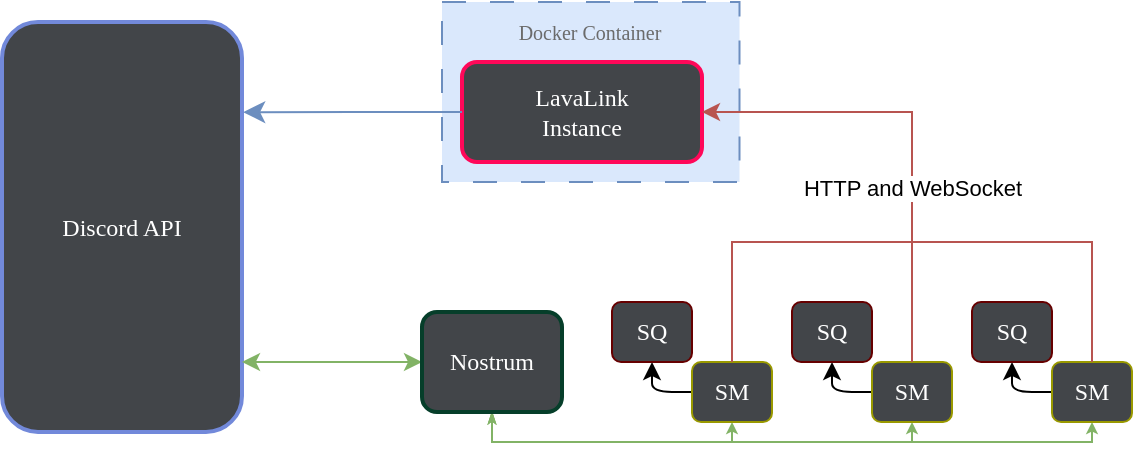
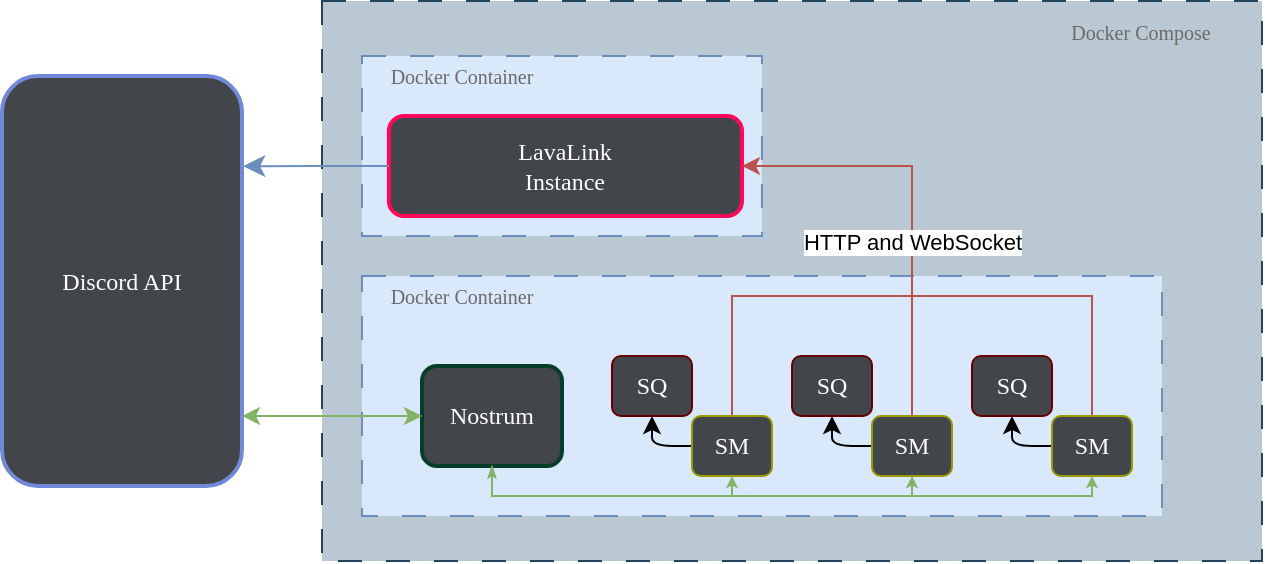
<mxfile host="65bd71144e">
    <diagram name="Page-1" id="N8UZd_fB5DctJ2m3m3_i">
-         <mxGraphModel dx="1854" dy="543" grid="1" gridSize="10" guides="1" tooltips="1" connect="1" arrows="1" fold="1" page="1" pageScale="1" pageWidth="850" pageHeight="1100" math="0" shadow="0">
+         <mxGraphModel dx="1513" dy="466" grid="1" gridSize="10" guides="1" tooltips="1" connect="1" arrows="1" fold="1" page="1" pageScale="1" pageWidth="850" pageHeight="1100" math="0" shadow="0">
            <root>
                <mxCell id="0"/>
                <mxCell id="1" parent="0"/>
+                 <mxCell id="16" value="" style="rounded=0;whiteSpace=wrap;html=1;dashed=1;fillColor=#bac8d3;strokeColor=#23445d;textShadow=0;dashPattern=12 12;" vertex="1" parent="1">
+                     <mxGeometry x="30" y="142.5" width="470" height="280" as="geometry"/>
+                 </mxCell>
+                 <mxCell id="7" value="" style="rounded=0;whiteSpace=wrap;html=1;dashed=1;fillColor=#dae8fc;strokeColor=#6c8ebf;textShadow=0;dashPattern=12 12;" vertex="1" parent="1">
+                     <mxGeometry x="49.99000000000001" y="280" width="400.01" height="119.99999999999999" as="geometry"/>
+                 </mxCell>
+                 <mxCell id="Z7AGnvAbECCYZp1WuN4X-26" value="" style="endArrow=classic;html=1;rounded=0;entryX=0.5;entryY=1;entryDx=0;entryDy=0;endSize=3;exitX=0.5;exitY=1;exitDx=0;exitDy=0;edgeStyle=orthogonalEdgeStyle;fillColor=#d5e8d4;strokeColor=#82b366;startArrow=classicThin;startFill=1;startSize=3;" parent="1" source="Z7AGnvAbECCYZp1WuN4X-4" target="Z7AGnvAbECCYZp1WuN4X-16" edge="1">
+                     <mxGeometry width="50" height="50" relative="1" as="geometry">
+                         <Array as="points">
+                             <mxPoint x="115" y="390"/>
+                             <mxPoint x="415" y="390"/>
+                         </Array>
+                         <mxPoint x="415" y="400" as="sourcePoint"/>
+                         <mxPoint x="410" y="380" as="targetPoint"/>
+                     </mxGeometry>
+                 </mxCell>
                <mxCell id="Z7AGnvAbECCYZp1WuN4X-1" value="Discord API" style="rounded=1;whiteSpace=wrap;html=1;fontFamily=Verdana;fillColor=light-dark(#424549,#EDEDED);fontColor=light-dark(#ffffff, #ededed);strokeColor=#7289DA;strokeWidth=2;" parent="1" vertex="1">
                    <mxGeometry x="-130" y="180" width="120" height="205" as="geometry"/>
                </mxCell>
-                 <mxCell id="Z7AGnvAbECCYZp1WuN4X-2" value="" style="endArrow=classic;startArrow=classic;html=1;rounded=0;exitX=1;exitY=0.829;exitDx=0;exitDy=0;exitPerimeter=0;entryX=0;entryY=0.5;entryDx=0;entryDy=0;fillColor=#d5e8d4;strokeColor=#82b366;" parent="1" source="Z7AGnvAbECCYZp1WuN4X-1" target="Z7AGnvAbECCYZp1WuN4X-4" edge="1">
-                     <mxGeometry width="50" height="50" relative="1" as="geometry">
-                         <mxPoint y="350" as="sourcePoint"/>
-                         <mxPoint x="70" y="350" as="targetPoint"/>
+                 <mxCell id="r01ZLFtnQInKLJccq9vV-8" style="edgeStyle=orthogonalEdgeStyle;rounded=0;orthogonalLoop=1;jettySize=auto;html=1;endArrow=none;endFill=0;entryX=0.5;entryY=0;entryDx=0;entryDy=0;fillColor=#f8cecc;strokeColor=#b85450;" parent="1" target="Z7AGnvAbECCYZp1WuN4X-16" edge="1">
+                     <mxGeometry relative="1" as="geometry">
+                         <Array as="points">
+                             <mxPoint x="320" y="290"/>
+                             <mxPoint x="415" y="290"/>
+                         </Array>
+                         <mxPoint x="320" y="290" as="sourcePoint"/>
+                         <mxPoint x="430" y="290" as="targetPoint"/>
                    </mxGeometry>
+                 </mxCell>
+                 <mxCell id="r01ZLFtnQInKLJccq9vV-6" style="edgeStyle=orthogonalEdgeStyle;rounded=0;orthogonalLoop=1;jettySize=auto;html=1;endArrow=none;endFill=0;fillColor=#f8cecc;strokeColor=#b85450;exitX=0.5;exitY=0;exitDx=0;exitDy=0;" parent="1" source="Z7AGnvAbECCYZp1WuN4X-6" edge="1">
+                     <mxGeometry relative="1" as="geometry">
+                         <Array as="points">
+                             <mxPoint x="235" y="290"/>
+                         </Array>
+                         <mxPoint x="325" y="290" as="targetPoint"/>
+                     </mxGeometry>
+                 </mxCell>
+                 <mxCell id="Z7AGnvAbECCYZp1WuN4X-11" style="edgeStyle=orthogonalEdgeStyle;rounded=1;orthogonalLoop=1;jettySize=auto;html=1;entryX=0.5;entryY=1;entryDx=0;entryDy=0;curved=0;exitX=0;exitY=0.5;exitDx=0;exitDy=0;" parent="1" source="Z7AGnvAbECCYZp1WuN4X-6" target="Z7AGnvAbECCYZp1WuN4X-7" edge="1">
+                     <mxGeometry relative="1" as="geometry">
+                         <Array as="points">
+                             <mxPoint x="195" y="365"/>
+                         </Array>
+                     </mxGeometry>
+                 </mxCell>
+                 <mxCell id="Z7AGnvAbECCYZp1WuN4X-6" value="SM" style="rounded=1;whiteSpace=wrap;html=1;fontFamily=Verdana;fillColor=light-dark(#424549,#EDEDED);fontColor=light-dark(#ffffff, #ededed);strokeColor=#999900;strokeWidth=1;" parent="1" vertex="1">
+                     <mxGeometry x="215" y="350" width="40" height="30" as="geometry"/>
+                 </mxCell>
+                 <mxCell id="Z7AGnvAbECCYZp1WuN4X-7" value="SQ" style="rounded=1;whiteSpace=wrap;html=1;fontFamily=Verdana;fillColor=light-dark(#424549,#EDEDED);fontColor=light-dark(#ffffff, #ededed);strokeColor=#660000;strokeWidth=1;" parent="1" vertex="1">
+                     <mxGeometry x="175" y="320" width="40" height="30" as="geometry"/>
+                 </mxCell>
+                 <mxCell id="Z7AGnvAbECCYZp1WuN4X-12" style="edgeStyle=orthogonalEdgeStyle;rounded=1;orthogonalLoop=1;jettySize=auto;html=1;entryX=0.5;entryY=1;entryDx=0;entryDy=0;curved=0;exitX=0;exitY=0.5;exitDx=0;exitDy=0;" parent="1" source="Z7AGnvAbECCYZp1WuN4X-13" target="Z7AGnvAbECCYZp1WuN4X-14" edge="1">
+                     <mxGeometry relative="1" as="geometry">
+                         <Array as="points">
+                             <mxPoint x="285" y="365"/>
+                         </Array>
+                     </mxGeometry>
+                 </mxCell>
+                 <mxCell id="Z7AGnvAbECCYZp1WuN4X-13" value="SM" style="rounded=1;whiteSpace=wrap;html=1;fontFamily=Verdana;fillColor=light-dark(#424549,#EDEDED);fontColor=light-dark(#ffffff, #ededed);strokeColor=#999900;strokeWidth=1;" parent="1" vertex="1">
+                     <mxGeometry x="305" y="350" width="40" height="30" as="geometry"/>
+                 </mxCell>
+                 <mxCell id="Z7AGnvAbECCYZp1WuN4X-14" value="SQ" style="rounded=1;whiteSpace=wrap;html=1;fontFamily=Verdana;fillColor=light-dark(#424549,#EDEDED);fontColor=light-dark(#ffffff, #ededed);strokeColor=#660000;strokeWidth=1;" parent="1" vertex="1">
+                     <mxGeometry x="265" y="320" width="40" height="30" as="geometry"/>
+                 </mxCell>
+                 <mxCell id="Z7AGnvAbECCYZp1WuN4X-15" style="edgeStyle=orthogonalEdgeStyle;rounded=1;orthogonalLoop=1;jettySize=auto;html=1;entryX=0.5;entryY=1;entryDx=0;entryDy=0;curved=0;exitX=0;exitY=0.5;exitDx=0;exitDy=0;" parent="1" source="Z7AGnvAbECCYZp1WuN4X-16" target="Z7AGnvAbECCYZp1WuN4X-17" edge="1">
+                     <mxGeometry relative="1" as="geometry">
+                         <Array as="points">
+                             <mxPoint x="375" y="365"/>
+                         </Array>
+                     </mxGeometry>
+                 </mxCell>
+                 <mxCell id="Z7AGnvAbECCYZp1WuN4X-16" value="SM" style="rounded=1;whiteSpace=wrap;html=1;fontFamily=Verdana;fillColor=light-dark(#424549,#EDEDED);fontColor=light-dark(#ffffff, #ededed);strokeColor=#999900;strokeWidth=1;" parent="1" vertex="1">
+                     <mxGeometry x="395" y="350" width="40" height="30" as="geometry"/>
+                 </mxCell>
+                 <mxCell id="Z7AGnvAbECCYZp1WuN4X-17" value="SQ" style="rounded=1;whiteSpace=wrap;html=1;fontFamily=Verdana;fillColor=light-dark(#424549,#EDEDED);fontColor=light-dark(#ffffff, #ededed);strokeColor=#660000;strokeWidth=1;" parent="1" vertex="1">
+                     <mxGeometry x="355" y="320" width="40" height="30" as="geometry"/>
+                 </mxCell>
+                 <mxCell id="Z7AGnvAbECCYZp1WuN4X-4" value="Nostrum" style="rounded=1;whiteSpace=wrap;html=1;fontFamily=Verdana;fillColor=light-dark(#424549,#EDEDED);fontColor=light-dark(#ffffff, #ededed);strokeColor=#063E2A;strokeWidth=2;" parent="1" vertex="1">
+                     <mxGeometry x="80" y="325" width="70" height="50" as="geometry"/>
                </mxCell>
                <mxCell id="Z7AGnvAbECCYZp1WuN4X-24" value="" style="endArrow=classic;html=1;rounded=0;entryX=0.5;entryY=1;entryDx=0;entryDy=0;endSize=3;exitX=0.5;exitY=1;exitDx=0;exitDy=0;edgeStyle=orthogonalEdgeStyle;fillColor=#d5e8d4;strokeColor=#82b366;startArrow=classicThin;startFill=1;startSize=3;" parent="1" source="Z7AGnvAbECCYZp1WuN4X-4" target="Z7AGnvAbECCYZp1WuN4X-6" edge="1">
                    <mxGeometry width="50" height="50" relative="1" as="geometry">
                        <mxPoint x="235" y="400" as="sourcePoint"/>
                        <mxPoint x="330" y="380" as="targetPoint"/>
                    </mxGeometry>
                </mxCell>
                <mxCell id="Z7AGnvAbECCYZp1WuN4X-25" value="" style="endArrow=classic;html=1;rounded=0;entryX=0.5;entryY=1;entryDx=0;entryDy=0;endSize=3;exitX=0.5;exitY=1;exitDx=0;exitDy=0;edgeStyle=orthogonalEdgeStyle;fillColor=#d5e8d4;strokeColor=#82b366;startArrow=classicThin;startFill=1;startSize=3;" parent="1" source="Z7AGnvAbECCYZp1WuN4X-4" target="Z7AGnvAbECCYZp1WuN4X-13" edge="1">
                    <mxGeometry width="50" height="50" relative="1" as="geometry">
                        <Array as="points">
                            <mxPoint x="115" y="390"/>
                            <mxPoint x="325" y="390"/>
                        </Array>
                        <mxPoint x="110" y="325" as="sourcePoint"/>
                        <mxPoint x="330" y="380" as="targetPoint"/>
                    </mxGeometry>
                </mxCell>
-                 <mxCell id="Z7AGnvAbECCYZp1WuN4X-26" value="" style="endArrow=classic;html=1;rounded=0;entryX=0.5;entryY=1;entryDx=0;entryDy=0;endSize=3;exitX=0.5;exitY=1;exitDx=0;exitDy=0;edgeStyle=orthogonalEdgeStyle;fillColor=#d5e8d4;strokeColor=#82b366;startArrow=classicThin;startFill=1;startSize=3;" parent="1" source="Z7AGnvAbECCYZp1WuN4X-4" target="Z7AGnvAbECCYZp1WuN4X-16" edge="1">
+                 <mxCell id="Z7AGnvAbECCYZp1WuN4X-2" value="" style="endArrow=classic;startArrow=classic;html=1;rounded=0;exitX=1;exitY=0.829;exitDx=0;exitDy=0;exitPerimeter=0;entryX=0;entryY=0.5;entryDx=0;entryDy=0;fillColor=#d5e8d4;strokeColor=#82b366;" parent="1" source="Z7AGnvAbECCYZp1WuN4X-1" target="Z7AGnvAbECCYZp1WuN4X-4" edge="1">
                    <mxGeometry width="50" height="50" relative="1" as="geometry">
-                         <Array as="points">
-                             <mxPoint x="115" y="390"/>
-                             <mxPoint x="415" y="390"/>
-                         </Array>
-                         <mxPoint x="415" y="400" as="sourcePoint"/>
-                         <mxPoint x="410" y="380" as="targetPoint"/>
+                         <mxPoint y="350" as="sourcePoint"/>
+                         <mxPoint x="70" y="350" as="targetPoint"/>
                    </mxGeometry>
                </mxCell>
-                 <mxCell id="Z7AGnvAbECCYZp1WuN4X-4" value="Nostrum" style="rounded=1;whiteSpace=wrap;html=1;fontFamily=Verdana;fillColor=light-dark(#424549,#EDEDED);fontColor=light-dark(#ffffff, #ededed);strokeColor=#063E2A;strokeWidth=2;" parent="1" vertex="1">
-                     <mxGeometry x="80" y="325" width="70" height="50" as="geometry"/>
+                 <mxCell id="Z7AGnvAbECCYZp1WuN4X-36" value="" style="rounded=0;whiteSpace=wrap;html=1;dashed=1;fillColor=#dae8fc;strokeColor=#6c8ebf;textShadow=0;dashPattern=12 12;" parent="1" vertex="1">
+                     <mxGeometry x="49.99" y="170" width="200.00000000000003" height="90" as="geometry"/>
                </mxCell>
-                 <mxCell id="Z7AGnvAbECCYZp1WuN4X-18" value="" style="group" parent="1" connectable="0" vertex="1">
-                     <mxGeometry x="175" y="320" width="260" height="60" as="geometry"/>
+                 <mxCell id="Z7AGnvAbECCYZp1WuN4X-37" value="Docker Container" style="text;strokeColor=none;fillColor=none;align=center;verticalAlign=middle;rounded=0;fontFamily=Verdana;fontSize=10;labelBackgroundColor=none;labelBorderColor=none;textShadow=0;fontColor=#6B6B6B;whiteSpace=wrap;html=1;convertToSvg=0;svgWhiteSpace=wrap;horizontal=1;" parent="1" vertex="1">
+                     <mxGeometry x="49.99" y="170" width="100.01" height="20" as="geometry"/>
                </mxCell>
-                 <mxCell id="Z7AGnvAbECCYZp1WuN4X-11" style="edgeStyle=orthogonalEdgeStyle;rounded=1;orthogonalLoop=1;jettySize=auto;html=1;entryX=0.5;entryY=1;entryDx=0;entryDy=0;curved=0;exitX=0;exitY=0.5;exitDx=0;exitDy=0;" parent="Z7AGnvAbECCYZp1WuN4X-18" source="Z7AGnvAbECCYZp1WuN4X-6" target="Z7AGnvAbECCYZp1WuN4X-7" edge="1">
-                     <mxGeometry relative="1" as="geometry">
-                         <Array as="points">
-                             <mxPoint x="20" y="45"/>
-                         </Array>
-                     </mxGeometry>
+                 <mxCell id="Z7AGnvAbECCYZp1WuN4X-3" value="&lt;div&gt;&lt;font style=&quot;color: rgb(255, 255, 255);&quot;&gt;LavaLink&lt;/font&gt;&lt;/div&gt;&lt;div&gt;&lt;font style=&quot;color: rgb(255, 255, 255);&quot;&gt;Instance&lt;/font&gt;&lt;/div&gt;" style="rounded=1;whiteSpace=wrap;html=1;fontFamily=Verdana;fillColor=light-dark(#424549,#EDEDED);fontColor=light-dark(#ffffff, #ededed);strokeColor=#FF0859;strokeWidth=2;textShadow=0;labelBackgroundColor=none;labelBorderColor=none;" parent="1" vertex="1">
+                     <mxGeometry x="63.44" y="200" width="176.56" height="50" as="geometry"/>
                </mxCell>
-                 <mxCell id="Z7AGnvAbECCYZp1WuN4X-6" value="SM" style="rounded=1;whiteSpace=wrap;html=1;fontFamily=Verdana;fillColor=light-dark(#424549,#EDEDED);fontColor=light-dark(#ffffff, #ededed);strokeColor=#999900;strokeWidth=1;" parent="Z7AGnvAbECCYZp1WuN4X-18" vertex="1">
-                     <mxGeometry x="40" y="30" width="40" height="30" as="geometry"/>
+                 <mxCell id="26" value="Docker Compose" style="text;strokeColor=none;fillColor=none;align=center;verticalAlign=middle;rounded=0;fontFamily=Verdana;fontSize=10;labelBackgroundColor=none;labelBorderColor=none;textShadow=0;fontColor=#6B6B6B;whiteSpace=wrap;html=1;convertToSvg=0;svgWhiteSpace=wrap;horizontal=1;" vertex="1" parent="1">
+                     <mxGeometry x="378.9890756302521" y="142.5" width="121.00840336134453" height="30" as="geometry"/>
                </mxCell>
-                 <mxCell id="r01ZLFtnQInKLJccq9vV-6" style="edgeStyle=orthogonalEdgeStyle;rounded=0;orthogonalLoop=1;jettySize=auto;html=1;endArrow=none;endFill=0;fillColor=#f8cecc;strokeColor=#b85450;exitX=0.5;exitY=0;exitDx=0;exitDy=0;" parent="Z7AGnvAbECCYZp1WuN4X-18" source="Z7AGnvAbECCYZp1WuN4X-6" edge="1">
-                     <mxGeometry relative="1" as="geometry">
-                         <Array as="points">
-                             <mxPoint x="60" y="-30"/>
-                         </Array>
-                         <mxPoint x="150" y="-30" as="targetPoint"/>
-                     </mxGeometry>
-                 </mxCell>
-                 <mxCell id="Z7AGnvAbECCYZp1WuN4X-7" value="SQ" style="rounded=1;whiteSpace=wrap;html=1;fontFamily=Verdana;fillColor=light-dark(#424549,#EDEDED);fontColor=light-dark(#ffffff, #ededed);strokeColor=#660000;strokeWidth=1;" parent="Z7AGnvAbECCYZp1WuN4X-18" vertex="1">
-                     <mxGeometry width="40" height="30" as="geometry"/>
-                 </mxCell>
-                 <mxCell id="Z7AGnvAbECCYZp1WuN4X-12" style="edgeStyle=orthogonalEdgeStyle;rounded=1;orthogonalLoop=1;jettySize=auto;html=1;entryX=0.5;entryY=1;entryDx=0;entryDy=0;curved=0;exitX=0;exitY=0.5;exitDx=0;exitDy=0;" parent="Z7AGnvAbECCYZp1WuN4X-18" source="Z7AGnvAbECCYZp1WuN4X-13" target="Z7AGnvAbECCYZp1WuN4X-14" edge="1">
-                     <mxGeometry relative="1" as="geometry">
-                         <Array as="points">
-                             <mxPoint x="110" y="45"/>
-                         </Array>
-                     </mxGeometry>
-                 </mxCell>
-                 <mxCell id="Z7AGnvAbECCYZp1WuN4X-13" value="SM" style="rounded=1;whiteSpace=wrap;html=1;fontFamily=Verdana;fillColor=light-dark(#424549,#EDEDED);fontColor=light-dark(#ffffff, #ededed);strokeColor=#999900;strokeWidth=1;" parent="Z7AGnvAbECCYZp1WuN4X-18" vertex="1">
-                     <mxGeometry x="130" y="30" width="40" height="30" as="geometry"/>
-                 </mxCell>
-                 <mxCell id="Z7AGnvAbECCYZp1WuN4X-14" value="SQ" style="rounded=1;whiteSpace=wrap;html=1;fontFamily=Verdana;fillColor=light-dark(#424549,#EDEDED);fontColor=light-dark(#ffffff, #ededed);strokeColor=#660000;strokeWidth=1;" parent="Z7AGnvAbECCYZp1WuN4X-18" vertex="1">
-                     <mxGeometry x="90" width="40" height="30" as="geometry"/>
-                 </mxCell>
-                 <mxCell id="Z7AGnvAbECCYZp1WuN4X-15" style="edgeStyle=orthogonalEdgeStyle;rounded=1;orthogonalLoop=1;jettySize=auto;html=1;entryX=0.5;entryY=1;entryDx=0;entryDy=0;curved=0;exitX=0;exitY=0.5;exitDx=0;exitDy=0;" parent="Z7AGnvAbECCYZp1WuN4X-18" source="Z7AGnvAbECCYZp1WuN4X-16" target="Z7AGnvAbECCYZp1WuN4X-17" edge="1">
-                     <mxGeometry relative="1" as="geometry">
-                         <Array as="points">
-                             <mxPoint x="200" y="45"/>
-                         </Array>
-                     </mxGeometry>
-                 </mxCell>
-                 <mxCell id="Z7AGnvAbECCYZp1WuN4X-16" value="SM" style="rounded=1;whiteSpace=wrap;html=1;fontFamily=Verdana;fillColor=light-dark(#424549,#EDEDED);fontColor=light-dark(#ffffff, #ededed);strokeColor=#999900;strokeWidth=1;" parent="Z7AGnvAbECCYZp1WuN4X-18" vertex="1">
-                     <mxGeometry x="220" y="30" width="40" height="30" as="geometry"/>
-                 </mxCell>
-                 <mxCell id="Z7AGnvAbECCYZp1WuN4X-17" value="SQ" style="rounded=1;whiteSpace=wrap;html=1;fontFamily=Verdana;fillColor=light-dark(#424549,#EDEDED);fontColor=light-dark(#ffffff, #ededed);strokeColor=#660000;strokeWidth=1;" parent="Z7AGnvAbECCYZp1WuN4X-18" vertex="1">
-                     <mxGeometry x="180" width="40" height="30" as="geometry"/>
-                 </mxCell>
-                 <mxCell id="r01ZLFtnQInKLJccq9vV-2" value="" style="group" parent="1" connectable="0" vertex="1">
-                     <mxGeometry x="90" y="170" width="148.75" height="90" as="geometry"/>
-                 </mxCell>
-                 <mxCell id="Z7AGnvAbECCYZp1WuN4X-36" value="" style="rounded=0;whiteSpace=wrap;html=1;dashed=1;fillColor=#dae8fc;strokeColor=#6c8ebf;textShadow=0;dashPattern=12 12;" parent="r01ZLFtnQInKLJccq9vV-2" vertex="1">
-                     <mxGeometry width="148.75" height="90" as="geometry"/>
-                 </mxCell>
-                 <mxCell id="Z7AGnvAbECCYZp1WuN4X-37" value="Docker Container" style="text;strokeColor=none;fillColor=none;align=center;verticalAlign=middle;rounded=0;fontFamily=Verdana;fontSize=10;labelBackgroundColor=none;labelBorderColor=none;textShadow=0;fontColor=#6B6B6B;whiteSpace=wrap;html=1;convertToSvg=0;svgWhiteSpace=wrap;horizontal=1;" parent="r01ZLFtnQInKLJccq9vV-2" vertex="1">
-                     <mxGeometry x="29.370000000000005" width="90" height="30" as="geometry"/>
-                 </mxCell>
-                 <mxCell id="Z7AGnvAbECCYZp1WuN4X-3" value="&lt;div&gt;&lt;font style=&quot;color: rgb(255, 255, 255);&quot;&gt;LavaLink&lt;/font&gt;&lt;/div&gt;&lt;div&gt;&lt;font style=&quot;color: rgb(255, 255, 255);&quot;&gt;Instance&lt;/font&gt;&lt;/div&gt;" style="rounded=1;whiteSpace=wrap;html=1;fontFamily=Verdana;fillColor=light-dark(#424549,#EDEDED);fontColor=light-dark(#ffffff, #ededed);strokeColor=#FF0859;strokeWidth=2;textShadow=0;labelBackgroundColor=none;labelBorderColor=none;" parent="r01ZLFtnQInKLJccq9vV-2" vertex="1">
-                     <mxGeometry x="10" y="30" width="120" height="50" as="geometry"/>
+                 <mxCell id="27" value="Docker Container" style="text;strokeColor=none;fillColor=none;align=center;verticalAlign=middle;rounded=0;fontFamily=Verdana;fontSize=10;labelBackgroundColor=none;labelBorderColor=none;textShadow=0;fontColor=#6B6B6B;whiteSpace=wrap;html=1;convertToSvg=0;svgWhiteSpace=wrap;horizontal=1;" vertex="1" parent="1">
+                     <mxGeometry x="49.99" y="280" width="100.01" height="20" as="geometry"/>
                </mxCell>
                <mxCell id="r01ZLFtnQInKLJccq9vV-4" style="edgeStyle=orthogonalEdgeStyle;rounded=0;orthogonalLoop=1;jettySize=auto;html=1;entryX=1;entryY=0.5;entryDx=0;entryDy=0;fillColor=#f8cecc;strokeColor=#b85450;" parent="1" source="Z7AGnvAbECCYZp1WuN4X-13" target="Z7AGnvAbECCYZp1WuN4X-3" edge="1">
                    <mxGeometry relative="1" as="geometry">
                        <Array as="points">
                            <mxPoint x="325" y="225"/>
                        </Array>
                    </mxGeometry>
                </mxCell>
                <mxCell id="r01ZLFtnQInKLJccq9vV-9" value="HTTP and WebSocket" style="edgeLabel;html=1;align=center;verticalAlign=middle;resizable=0;points=[];" parent="r01ZLFtnQInKLJccq9vV-4" connectable="0" vertex="1">
                    <mxGeometry x="-0.2429" relative="1" as="geometry">
-                         <mxPoint as="offset"/>
-                     </mxGeometry>
-                 </mxCell>
-                 <mxCell id="r01ZLFtnQInKLJccq9vV-8" style="edgeStyle=orthogonalEdgeStyle;rounded=0;orthogonalLoop=1;jettySize=auto;html=1;endArrow=none;endFill=0;entryX=0.5;entryY=0;entryDx=0;entryDy=0;fillColor=#f8cecc;strokeColor=#b85450;" parent="1" target="Z7AGnvAbECCYZp1WuN4X-16" edge="1">
-                     <mxGeometry relative="1" as="geometry">
-                         <Array as="points">
-                             <mxPoint x="320" y="290"/>
-                             <mxPoint x="415" y="290"/>
-                         </Array>
-                         <mxPoint x="320" y="290" as="sourcePoint"/>
-                         <mxPoint x="430" y="290" as="targetPoint"/>
+                         <mxPoint y="-8" as="offset"/>
                    </mxGeometry>
                </mxCell>
                <mxCell id="Z7AGnvAbECCYZp1WuN4X-31" style="edgeStyle=orthogonalEdgeStyle;rounded=0;orthogonalLoop=1;jettySize=auto;html=1;entryX=1.005;entryY=0.22;entryDx=0;entryDy=0;startSize=6;endSize=8;fillColor=#dae8fc;strokeColor=#6c8ebf;entryPerimeter=0;" parent="1" source="Z7AGnvAbECCYZp1WuN4X-3" target="Z7AGnvAbECCYZp1WuN4X-1" edge="1">
                    <mxGeometry relative="1" as="geometry">
                        <Array as="points"/>
                    </mxGeometry>
                </mxCell>
            </root>
        </mxGraphModel>
    </diagram>
</mxfile>